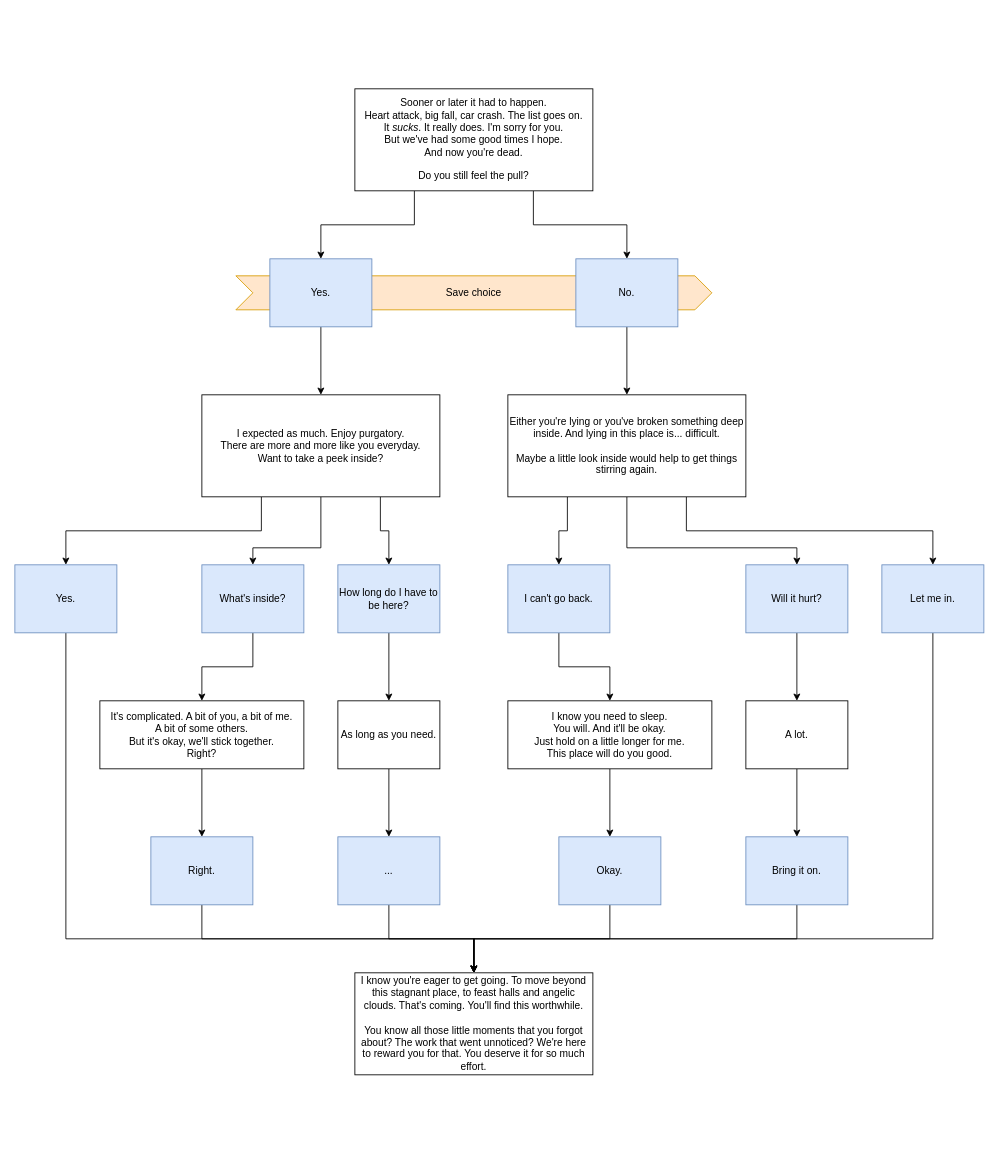
Owmacohe/UNDERSCORE keeps this draw.io diagram as Assets/Conversations/Act I/IntroToPurgatory.drawio. Above is the earlier version. Source tidied: cells renumbered, new cells numbered last; positions are measured from the earlier drawing's top-left corner, leaving out a move shared by most shapes. Both pictures are drawn from the tidied source at 85%, with x=0, y=0 at pixel (14, 88).
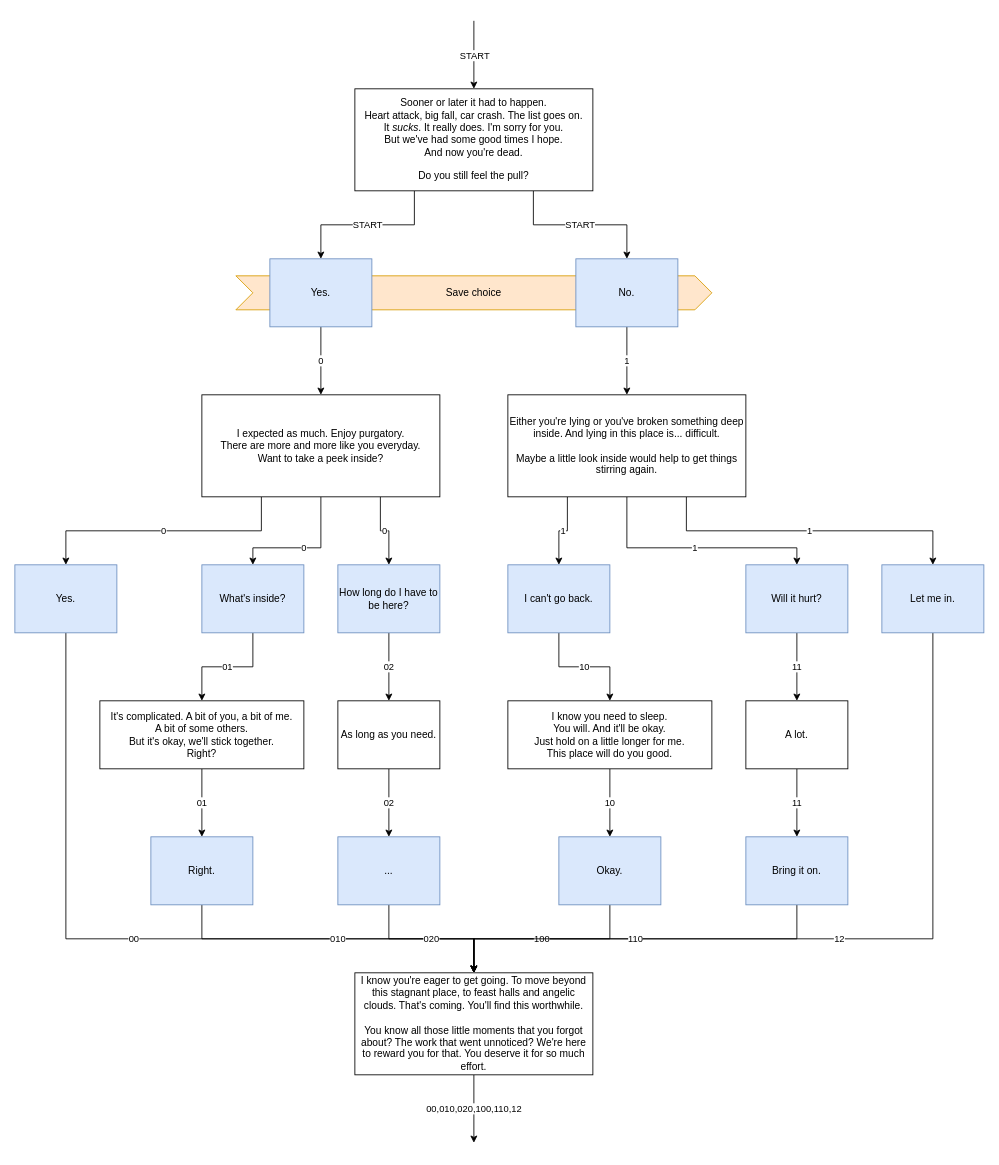
Above is the later version.

Unchanged cells that the change refers to:
```xml
<mxCell id="5" value="Sooner or later it had to happen.&lt;br&gt;Heart attack, big fall, car crash. The list goes on.&lt;br&gt;It &lt;i&gt;sucks&lt;/i&gt;. It really does. I'm sorry for you.&lt;br&gt;But we've had some good times I hope.&lt;br&gt;And now you're dead.&lt;br&gt;&lt;br&gt;Do you still feel the pull?" style="rounded=0;whiteSpace=wrap;html=1;" parent="1" vertex="1">
  <mxGeometry x="400" width="280" height="120" as="geometry" />
</mxCell>
<mxCell id="7" value="Yes." style="rounded=0;whiteSpace=wrap;html=1;fillColor=#dae8fc;strokeColor=#6c8ebf;" parent="1" vertex="1">
  <mxGeometry x="300" y="200" width="120" height="80" as="geometry" />
</mxCell>
<mxCell id="9" value="No." style="rounded=0;whiteSpace=wrap;html=1;fillColor=#dae8fc;strokeColor=#6c8ebf;" parent="1" vertex="1">
  <mxGeometry x="660" y="200" width="120" height="80" as="geometry" />
</mxCell>
<mxCell id="13" value="I expected as much. Enjoy purgatory.&lt;br&gt;There are more and more like you everyday.&lt;br&gt;Want to take a peek inside?" style="rounded=0;whiteSpace=wrap;html=1;" parent="1" vertex="1">
  <mxGeometry x="220" y="360" width="280" height="120" as="geometry" />
</mxCell>
<mxCell id="17" value="Either you're lying or you've broken something deep inside. And lying in this place is... difficult.&lt;br&gt;&lt;br&gt;Maybe a little look inside would help to get things stirring again." style="rounded=0;whiteSpace=wrap;html=1;" parent="1" vertex="1">
  <mxGeometry x="580" y="360" width="280" height="120" as="geometry" />
</mxCell>
<mxCell id="19" value="How long do I have to be here?" style="rounded=0;whiteSpace=wrap;html=1;fillColor=#dae8fc;strokeColor=#6c8ebf;" parent="1" vertex="1">
  <mxGeometry x="380" y="560" width="120" height="80" as="geometry" />
</mxCell>
<mxCell id="21" value="What's inside?" style="rounded=0;whiteSpace=wrap;html=1;fillColor=#dae8fc;strokeColor=#6c8ebf;" parent="1" vertex="1">
  <mxGeometry x="220" y="560" width="120" height="80" as="geometry" />
</mxCell>
<mxCell id="23" value="Yes." style="rounded=0;whiteSpace=wrap;html=1;fillColor=#dae8fc;strokeColor=#6c8ebf;" parent="1" vertex="1">
  <mxGeometry y="560" width="120" height="80" as="geometry" />
</mxCell>
<mxCell id="25" value="I can't go back." style="rounded=0;whiteSpace=wrap;html=1;fillColor=#dae8fc;strokeColor=#6c8ebf;" parent="1" vertex="1">
  <mxGeometry x="580" y="560" width="120" height="80" as="geometry" />
</mxCell>
<mxCell id="27" value="Will it hurt?" style="rounded=0;whiteSpace=wrap;html=1;fillColor=#dae8fc;strokeColor=#6c8ebf;" parent="1" vertex="1">
  <mxGeometry x="860" y="560" width="120" height="80" as="geometry" />
</mxCell>
<mxCell id="29" value="Let me in." style="rounded=0;whiteSpace=wrap;html=1;fillColor=#dae8fc;strokeColor=#6c8ebf;" parent="1" vertex="1">
  <mxGeometry x="1020" y="560" width="120" height="80" as="geometry" />
</mxCell>
<mxCell id="31" value="It's complicated. A bit of you, a bit of me.&lt;br&gt;A bit of some others.&lt;br&gt;But it's okay, we'll stick together.&lt;br&gt;Right?" style="rounded=0;whiteSpace=wrap;html=1;" parent="1" vertex="1">
  <mxGeometry x="100" y="720" width="240" height="80" as="geometry" />
</mxCell>
<mxCell id="33" value="Right." style="rounded=0;whiteSpace=wrap;html=1;fillColor=#dae8fc;strokeColor=#6c8ebf;" parent="1" vertex="1">
  <mxGeometry x="160" y="880" width="120" height="80" as="geometry" />
</mxCell>
<mxCell id="35" value="As long as you need." style="rounded=0;whiteSpace=wrap;html=1;" parent="1" vertex="1">
  <mxGeometry x="380" y="720" width="120" height="80" as="geometry" />
</mxCell>
<mxCell id="37" value="..." style="rounded=0;whiteSpace=wrap;html=1;fillColor=#dae8fc;strokeColor=#6c8ebf;" parent="1" vertex="1">
  <mxGeometry x="380" y="880" width="120" height="80" as="geometry" />
</mxCell>
<mxCell id="39" value="I know you need to sleep.&lt;br&gt;You will. And it'll be okay.&lt;br&gt;Just hold on a little longer for me.&lt;br&gt;This place will do you good." style="rounded=0;whiteSpace=wrap;html=1;" parent="1" vertex="1">
  <mxGeometry x="580" y="720" width="240" height="80" as="geometry" />
</mxCell>
<mxCell id="41" value="Okay." style="rounded=0;whiteSpace=wrap;html=1;fillColor=#dae8fc;strokeColor=#6c8ebf;" parent="1" vertex="1">
  <mxGeometry x="640" y="880" width="120" height="80" as="geometry" />
</mxCell>
<mxCell id="43" value="A lot." style="rounded=0;whiteSpace=wrap;html=1;" parent="1" vertex="1">
  <mxGeometry x="860" y="720" width="120" height="80" as="geometry" />
</mxCell>
<mxCell id="45" value="Bring it on." style="rounded=0;whiteSpace=wrap;html=1;fillColor=#dae8fc;strokeColor=#6c8ebf;" parent="1" vertex="1">
  <mxGeometry x="860" y="880" width="120" height="80" as="geometry" />
</mxCell>
<mxCell id="46" value="I know you're eager to get going. To move beyond this stagnant place, to feast halls and angelic clouds. That's coming. You'll find this worthwhile.&lt;br&gt;&lt;br&gt;You know all those little moments that you forgot about? The work that went unnoticed? We're here to reward you for that. You deserve it for so much effort." style="rounded=0;whiteSpace=wrap;html=1;" parent="1" vertex="1">
  <mxGeometry x="400" y="1040" width="280" height="120" as="geometry" />
</mxCell>
```

Diff of the diagram source:
```diff
@@
-    <mxCell id="3" style="edgeStyle=orthogonalEdgeStyle;rounded=0;jettySize=auto;html=1;exitX=0.25;exitY=1;exitDx=0;exitDy=0;entryX=0.5;entryY=0;entryDx=0;entryDy=0;" parent="1" edge="1" source="5" target="7">
+    <mxCell id="3" value="START" style="edgeStyle=orthogonalEdgeStyle;rounded=0;jettySize=auto;html=1;exitX=0.25;exitY=1;exitDx=0;exitDy=0;entryX=0.5;entryY=0;entryDx=0;entryDy=0;" parent="1" edge="1" source="5" target="7">
       <mxGeometry relative="1" as="geometry" />
     </mxCell>
-    <mxCell id="4" style="edgeStyle=orthogonalEdgeStyle;rounded=0;jettySize=auto;html=1;exitX=0.75;exitY=1;exitDx=0;exitDy=0;" parent="1" edge="1" source="5" target="9">
+    <mxCell id="4" value="START" style="edgeStyle=orthogonalEdgeStyle;rounded=0;jettySize=auto;html=1;exitX=0.75;exitY=1;exitDx=0;exitDy=0;" parent="1" edge="1" source="5" target="9">
       <mxGeometry relative="1" as="geometry" />
     </mxCell>
+    <mxCell id="47" value="START" style="edgeStyle=orthogonalEdgeStyle;rounded=0;jettySize=auto;html=1;exitX=0.5;exitY=0;exitDx=0;exitDy=0;startArrow=classic;startFill=1;endArrow=none;endFill=0;" parent="1" edge="1" source="5">
+      <mxGeometry relative="1" as="geometry">
+        <mxPoint x="540" y="-80" as="targetPoint" />
+      </mxGeometry>
+    </mxCell>
@@
-    <mxCell id="6" style="edgeStyle=orthogonalEdgeStyle;rounded=0;jettySize=auto;html=1;exitX=0.5;exitY=1;exitDx=0;exitDy=0;entryX=0.5;entryY=0;entryDx=0;entryDy=0;" parent="1" edge="1" source="7" target="13">
+    <mxCell id="6" value="0" style="edgeStyle=orthogonalEdgeStyle;rounded=0;jettySize=auto;html=1;exitX=0.5;exitY=1;exitDx=0;exitDy=0;entryX=0.5;entryY=0;entryDx=0;entryDy=0;" parent="1" edge="1" source="7" target="13">
       <mxGeometry relative="1" as="geometry" />
     </mxCell>
@@
-    <mxCell id="8" style="edgeStyle=orthogonalEdgeStyle;rounded=0;jettySize=auto;html=1;exitX=0.5;exitY=1;exitDx=0;exitDy=0;entryX=0.5;entryY=0;entryDx=0;entryDy=0;" parent="1" edge="1" source="9" target="17">
+    <mxCell id="8" value="1" style="edgeStyle=orthogonalEdgeStyle;rounded=0;jettySize=auto;html=1;exitX=0.5;exitY=1;exitDx=0;exitDy=0;entryX=0.5;entryY=0;entryDx=0;entryDy=0;" parent="1" edge="1" source="9" target="17">
       <mxGeometry relative="1" as="geometry" />
     </mxCell>
@@
-    <mxCell id="10" style="edgeStyle=orthogonalEdgeStyle;rounded=0;jettySize=auto;html=1;exitX=0.5;exitY=1;exitDx=0;exitDy=0;entryX=0.5;entryY=0;entryDx=0;entryDy=0;" parent="1" edge="1" source="13" target="21">
+    <mxCell id="10" value="0" style="edgeStyle=orthogonalEdgeStyle;rounded=0;jettySize=auto;html=1;exitX=0.5;exitY=1;exitDx=0;exitDy=0;entryX=0.5;entryY=0;entryDx=0;entryDy=0;" parent="1" edge="1" source="13" target="21">
       <mxGeometry relative="1" as="geometry">
         <Array as="points">
           <mxPoint x="360" y="540" />
           <mxPoint x="280" y="540" />
         </Array>
       </mxGeometry>
     </mxCell>
-    <mxCell id="11" style="edgeStyle=orthogonalEdgeStyle;rounded=0;jettySize=auto;html=1;exitX=0.75;exitY=1;exitDx=0;exitDy=0;entryX=0.5;entryY=0;entryDx=0;entryDy=0;" parent="1" edge="1" source="13" target="19">
+    <mxCell id="11" value="0" style="edgeStyle=orthogonalEdgeStyle;rounded=0;jettySize=auto;html=1;exitX=0.75;exitY=1;exitDx=0;exitDy=0;entryX=0.5;entryY=0;entryDx=0;entryDy=0;" parent="1" edge="1" source="13" target="19">
       <mxGeometry relative="1" as="geometry" />
     </mxCell>
-    <mxCell id="12" style="edgeStyle=orthogonalEdgeStyle;rounded=0;jettySize=auto;html=1;exitX=0.25;exitY=1;exitDx=0;exitDy=0;entryX=0.5;entryY=0;entryDx=0;entryDy=0;" parent="1" edge="1" source="13" target="23">
+    <mxCell id="12" value="0" style="edgeStyle=orthogonalEdgeStyle;rounded=0;jettySize=auto;html=1;exitX=0.25;exitY=1;exitDx=0;exitDy=0;entryX=0.5;entryY=0;entryDx=0;entryDy=0;" parent="1" edge="1" source="13" target="23">
       <mxGeometry relative="1" as="geometry" />
     </mxCell>
@@
-    <mxCell id="14" style="edgeStyle=orthogonalEdgeStyle;rounded=0;jettySize=auto;html=1;exitX=0.5;exitY=1;exitDx=0;exitDy=0;entryX=0.5;entryY=0;entryDx=0;entryDy=0;" parent="1" edge="1" source="17" target="27">
+    <mxCell id="14" value="1" style="edgeStyle=orthogonalEdgeStyle;rounded=0;jettySize=auto;html=1;exitX=0.5;exitY=1;exitDx=0;exitDy=0;entryX=0.5;entryY=0;entryDx=0;entryDy=0;" parent="1" edge="1" source="17" target="27">
       <mxGeometry relative="1" as="geometry">
         <Array as="points">
           <mxPoint x="720" y="540" />
           <mxPoint x="920" y="540" />
         </Array>
       </mxGeometry>
     </mxCell>
-    <mxCell id="15" style="edgeStyle=orthogonalEdgeStyle;rounded=0;jettySize=auto;html=1;exitX=0.25;exitY=1;exitDx=0;exitDy=0;entryX=0.5;entryY=0;entryDx=0;entryDy=0;" parent="1" edge="1" source="17" target="25">
+    <mxCell id="15" value="1" style="edgeStyle=orthogonalEdgeStyle;rounded=0;jettySize=auto;html=1;exitX=0.25;exitY=1;exitDx=0;exitDy=0;entryX=0.5;entryY=0;entryDx=0;entryDy=0;" parent="1" edge="1" source="17" target="25">
       <mxGeometry relative="1" as="geometry" />
     </mxCell>
-    <mxCell id="16" style="edgeStyle=orthogonalEdgeStyle;rounded=0;jettySize=auto;html=1;exitX=0.75;exitY=1;exitDx=0;exitDy=0;entryX=0.5;entryY=0;entryDx=0;entryDy=0;" parent="1" edge="1" source="17" target="29">
+    <mxCell id="16" value="1" style="edgeStyle=orthogonalEdgeStyle;rounded=0;jettySize=auto;html=1;exitX=0.75;exitY=1;exitDx=0;exitDy=0;entryX=0.5;entryY=0;entryDx=0;entryDy=0;" parent="1" edge="1" source="17" target="29">
       <mxGeometry relative="1" as="geometry" />
     </mxCell>
@@
-    <mxCell id="18" style="edgeStyle=orthogonalEdgeStyle;rounded=0;jettySize=auto;html=1;exitX=0.5;exitY=1;exitDx=0;exitDy=0;entryX=0.5;entryY=0;entryDx=0;entryDy=0;" parent="1" edge="1" source="19" target="35">
+    <mxCell id="18" value="02" style="edgeStyle=orthogonalEdgeStyle;rounded=0;jettySize=auto;html=1;exitX=0.5;exitY=1;exitDx=0;exitDy=0;entryX=0.5;entryY=0;entryDx=0;entryDy=0;" parent="1" edge="1" source="19" target="35">
       <mxGeometry relative="1" as="geometry" />
     </mxCell>
@@
-    <mxCell id="20" style="edgeStyle=orthogonalEdgeStyle;rounded=0;jettySize=auto;html=1;exitX=0.5;exitY=1;exitDx=0;exitDy=0;entryX=0.5;entryY=0;entryDx=0;entryDy=0;" parent="1" edge="1" source="21" target="31">
+    <mxCell id="20" value="01" style="edgeStyle=orthogonalEdgeStyle;rounded=0;jettySize=auto;html=1;exitX=0.5;exitY=1;exitDx=0;exitDy=0;entryX=0.5;entryY=0;entryDx=0;entryDy=0;" parent="1" edge="1" source="21" target="31">
       <mxGeometry relative="1" as="geometry" />
     </mxCell>
@@
-    <mxCell id="22" style="edgeStyle=orthogonalEdgeStyle;rounded=0;jettySize=auto;html=1;exitX=0.5;exitY=1;exitDx=0;exitDy=0;entryX=0.5;entryY=0;entryDx=0;entryDy=0;" parent="1" edge="1" source="23" target="46">
+    <mxCell id="22" value="00" style="edgeStyle=orthogonalEdgeStyle;rounded=0;jettySize=auto;html=1;exitX=0.5;exitY=1;exitDx=0;exitDy=0;entryX=0.5;entryY=0;entryDx=0;entryDy=0;" parent="1" edge="1" source="23" target="46">
       <mxGeometry relative="1" as="geometry">
         <Array as="points">
           <mxPoint x="60" y="1000" />
           <mxPoint x="540" y="1000" />
         </Array>
       </mxGeometry>
     </mxCell>
@@
-    <mxCell id="24" style="edgeStyle=orthogonalEdgeStyle;rounded=0;jettySize=auto;html=1;exitX=0.5;exitY=1;exitDx=0;exitDy=0;entryX=0.5;entryY=0;entryDx=0;entryDy=0;" parent="1" edge="1" source="25" target="39">
+    <mxCell id="24" value="10" style="edgeStyle=orthogonalEdgeStyle;rounded=0;jettySize=auto;html=1;exitX=0.5;exitY=1;exitDx=0;exitDy=0;entryX=0.5;entryY=0;entryDx=0;entryDy=0;" parent="1" edge="1" source="25" target="39">
       <mxGeometry relative="1" as="geometry" />
     </mxCell>
@@
-    <mxCell id="26" style="edgeStyle=orthogonalEdgeStyle;rounded=0;jettySize=auto;html=1;exitX=0.5;exitY=1;exitDx=0;exitDy=0;entryX=0.5;entryY=0;entryDx=0;entryDy=0;" parent="1" edge="1" source="27" target="43">
+    <mxCell id="26" value="11" style="edgeStyle=orthogonalEdgeStyle;rounded=0;jettySize=auto;html=1;exitX=0.5;exitY=1;exitDx=0;exitDy=0;entryX=0.5;entryY=0;entryDx=0;entryDy=0;" parent="1" edge="1" source="27" target="43">
       <mxGeometry relative="1" as="geometry" />
     </mxCell>
@@
-    <mxCell id="28" style="edgeStyle=orthogonalEdgeStyle;rounded=0;jettySize=auto;html=1;exitX=0.5;exitY=1;exitDx=0;exitDy=0;entryX=0.5;entryY=0;entryDx=0;entryDy=0;" parent="1" edge="1" source="29" target="46">
+    <mxCell id="28" value="12" style="edgeStyle=orthogonalEdgeStyle;rounded=0;jettySize=auto;html=1;exitX=0.5;exitY=1;exitDx=0;exitDy=0;entryX=0.5;entryY=0;entryDx=0;entryDy=0;" parent="1" edge="1" source="29" target="46">
       <mxGeometry relative="1" as="geometry">
         <Array as="points">
           <mxPoint x="1080" y="1000" />
           <mxPoint x="540" y="1000" />
         </Array>
       </mxGeometry>
     </mxCell>
@@
-    <mxCell id="30" style="edgeStyle=orthogonalEdgeStyle;rounded=0;jettySize=auto;html=1;exitX=0.5;exitY=1;exitDx=0;exitDy=0;entryX=0.5;entryY=0;entryDx=0;entryDy=0;" parent="1" edge="1" source="31" target="33">
+    <mxCell id="30" value="01" style="edgeStyle=orthogonalEdgeStyle;rounded=0;jettySize=auto;html=1;exitX=0.5;exitY=1;exitDx=0;exitDy=0;entryX=0.5;entryY=0;entryDx=0;entryDy=0;" parent="1" edge="1" source="31" target="33">
       <mxGeometry relative="1" as="geometry" />
     </mxCell>
@@
-    <mxCell id="32" style="edgeStyle=orthogonalEdgeStyle;rounded=0;jettySize=auto;html=1;exitX=0.5;exitY=1;exitDx=0;exitDy=0;entryX=0.5;entryY=0;entryDx=0;entryDy=0;" parent="1" edge="1" source="33" target="46">
+    <mxCell id="32" value="010" style="edgeStyle=orthogonalEdgeStyle;rounded=0;jettySize=auto;html=1;exitX=0.5;exitY=1;exitDx=0;exitDy=0;entryX=0.5;entryY=0;entryDx=0;entryDy=0;" parent="1" edge="1" source="33" target="46">
       <mxGeometry relative="1" as="geometry" />
     </mxCell>
@@
-    <mxCell id="34" style="edgeStyle=orthogonalEdgeStyle;rounded=0;jettySize=auto;html=1;exitX=0.5;exitY=1;exitDx=0;exitDy=0;entryX=0.5;entryY=0;entryDx=0;entryDy=0;" parent="1" edge="1" source="35" target="37">
+    <mxCell id="34" value="02" style="edgeStyle=orthogonalEdgeStyle;rounded=0;jettySize=auto;html=1;exitX=0.5;exitY=1;exitDx=0;exitDy=0;entryX=0.5;entryY=0;entryDx=0;entryDy=0;" parent="1" edge="1" source="35" target="37">
       <mxGeometry relative="1" as="geometry" />
     </mxCell>
@@
-    <mxCell id="36" style="edgeStyle=orthogonalEdgeStyle;rounded=0;jettySize=auto;html=1;exitX=0.5;exitY=1;exitDx=0;exitDy=0;entryX=0.5;entryY=0;entryDx=0;entryDy=0;" parent="1" edge="1" source="37" target="46">
+    <mxCell id="36" value="020" style="edgeStyle=orthogonalEdgeStyle;rounded=0;jettySize=auto;html=1;exitX=0.5;exitY=1;exitDx=0;exitDy=0;entryX=0.5;entryY=0;entryDx=0;entryDy=0;" parent="1" edge="1" source="37" target="46">
       <mxGeometry relative="1" as="geometry" />
     </mxCell>
@@
-    <mxCell id="38" style="edgeStyle=orthogonalEdgeStyle;rounded=0;jettySize=auto;html=1;exitX=0.5;exitY=1;exitDx=0;exitDy=0;entryX=0.5;entryY=0;entryDx=0;entryDy=0;" parent="1" edge="1" source="39" target="41">
+    <mxCell id="38" value="10" style="edgeStyle=orthogonalEdgeStyle;rounded=0;jettySize=auto;html=1;exitX=0.5;exitY=1;exitDx=0;exitDy=0;entryX=0.5;entryY=0;entryDx=0;entryDy=0;" parent="1" edge="1" source="39" target="41">
       <mxGeometry relative="1" as="geometry" />
     </mxCell>
@@
-    <mxCell id="40" style="edgeStyle=orthogonalEdgeStyle;rounded=0;jettySize=auto;html=1;exitX=0.5;exitY=1;exitDx=0;exitDy=0;entryX=0.5;entryY=0;entryDx=0;entryDy=0;" parent="1" edge="1" source="41" target="46">
+    <mxCell id="40" value="100" style="edgeStyle=orthogonalEdgeStyle;rounded=0;jettySize=auto;html=1;exitX=0.5;exitY=1;exitDx=0;exitDy=0;entryX=0.5;entryY=0;entryDx=0;entryDy=0;" parent="1" edge="1" source="41" target="46">
       <mxGeometry relative="1" as="geometry" />
     </mxCell>
@@
-    <mxCell id="42" style="edgeStyle=orthogonalEdgeStyle;rounded=0;jettySize=auto;html=1;exitX=0.5;exitY=1;exitDx=0;exitDy=0;entryX=0.5;entryY=0;entryDx=0;entryDy=0;" parent="1" edge="1" source="43" target="45">
+    <mxCell id="42" value="11" style="edgeStyle=orthogonalEdgeStyle;rounded=0;jettySize=auto;html=1;exitX=0.5;exitY=1;exitDx=0;exitDy=0;entryX=0.5;entryY=0;entryDx=0;entryDy=0;" parent="1" edge="1" source="43" target="45">
       <mxGeometry relative="1" as="geometry" />
     </mxCell>
@@
-    <mxCell id="44" style="edgeStyle=orthogonalEdgeStyle;rounded=0;jettySize=auto;html=1;exitX=0.5;exitY=1;exitDx=0;exitDy=0;entryX=0.5;entryY=0;entryDx=0;entryDy=0;" parent="1" edge="1" source="45" target="46">
+    <mxCell id="44" value="110" style="edgeStyle=orthogonalEdgeStyle;rounded=0;jettySize=auto;html=1;exitX=0.5;exitY=1;exitDx=0;exitDy=0;entryX=0.5;entryY=0;entryDx=0;entryDy=0;" parent="1" edge="1" source="45" target="46">
       <mxGeometry relative="1" as="geometry" />
     </mxCell>
@@
+    <mxCell id="48" value="00,010,020,100,110,12" style="edgeStyle=orthogonalEdgeStyle;rounded=0;jettySize=auto;html=1;exitX=0.5;exitY=1;exitDx=0;exitDy=0;startArrow=none;startFill=0;endArrow=classic;endFill=1;" parent="1" edge="1" source="46">
+      <mxGeometry relative="1" as="geometry">
+        <mxPoint x="540" y="1240" as="targetPoint" />
+      </mxGeometry>
+    </mxCell>
```
